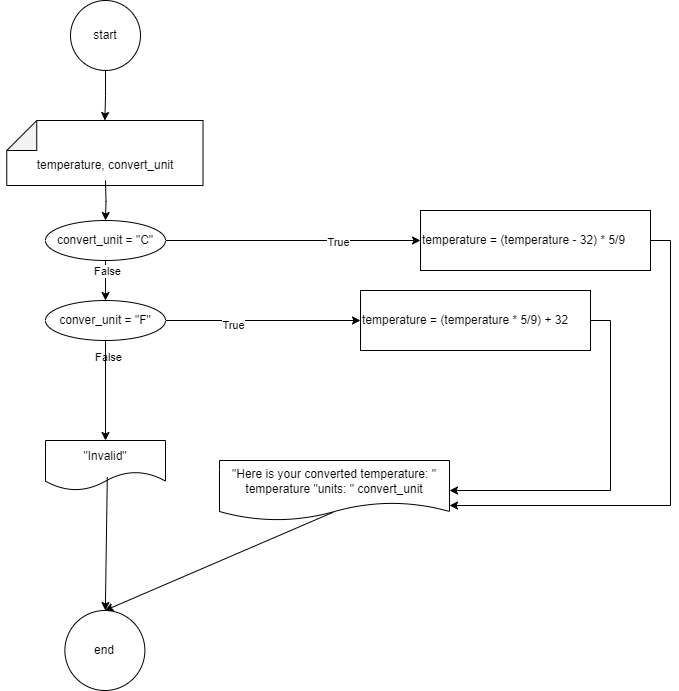
Before: Week 4 Lab/flowcharts/img_5.png, a diagram exported from draw.io (zaid42005/york-labs). Source tidied: cells renumbered, new cells last; positions are measured from the earlier drawing's top-left corner, leaving out a move shared by most shapes.
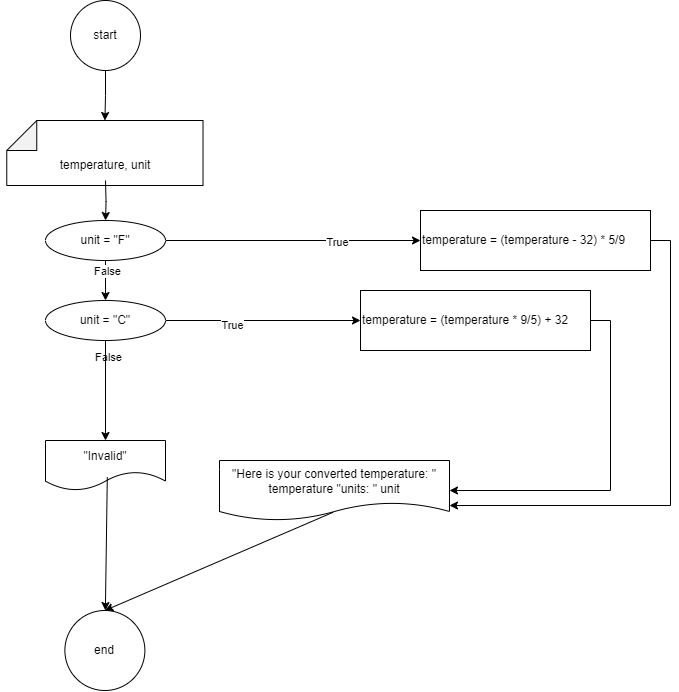
The same file after the commit.

The edit, as a diff of the source:
```diff
@@ -30,7 +30,7 @@
     <mxCell id="9" value="False" style="edgeLabel;html=1;align=center;verticalAlign=middle;" parent="8" vertex="1">
       <mxGeometry x="-0.49" y="1" relative="1" as="geometry" />
     </mxCell>
-    <mxCell id="10" value="convert_unit = &quot;C&quot;" style="ellipse;whiteSpace=wrap;html=1;" parent="1" vertex="1">
+    <mxCell id="10" value="unit = &quot;F&quot;" style="ellipse;whiteSpace=wrap;html=1;" parent="1" vertex="1">
       <mxGeometry x="45" y="220" width="120" height="40" as="geometry" />
     </mxCell>
     <mxCell id="11" style="edgeStyle=orthogonalEdgeStyle;rounded=0;jettySize=auto;html=1;exitX=1;exitY=0.5;exitDx=0;exitDy=0;entryX=0;entryY=0.5;entryDx=0;entryDy=0;" parent="1" edge="1" source="14" target="19">
@@ -42,10 +42,10 @@
     <mxCell id="13" value="False" style="edgeLabel;html=1;align=center;verticalAlign=middle;" parent="1" vertex="1">
       <mxGeometry x="107" y="356.2" as="geometry" />
     </mxCell>
-    <mxCell id="14" value="conver_unit = &quot;F&quot;" style="ellipse;whiteSpace=wrap;html=1;" parent="1" vertex="1">
+    <mxCell id="14" value="unit = &quot;C&quot;" style="ellipse;whiteSpace=wrap;html=1;" parent="1" vertex="1">
       <mxGeometry x="45" y="300" width="120" height="40" as="geometry" />
     </mxCell>
-    <mxCell id="15" value="temperature, convert_unit" style="text;html=1;align=center;verticalAlign=middle;whiteSpace=wrap;rounded=0;" parent="1" vertex="1">
+    <mxCell id="15" value="temperature, unit" style="text;html=1;align=center;verticalAlign=middle;whiteSpace=wrap;rounded=0;" parent="1" vertex="1">
       <mxGeometry y="150" width="210" height="30" as="geometry" />
     </mxCell>
     <mxCell id="16" style="edgeStyle=orthogonalEdgeStyle;rounded=0;jettySize=auto;html=1;exitX=1;exitY=0.5;exitDx=0;exitDy=0;entryX=1;entryY=0.75;entryDx=0;entryDy=0;" parent="1" edge="1" source="17" target="23">
@@ -57,7 +57,7 @@
     <mxCell id="18" style="edgeStyle=orthogonalEdgeStyle;rounded=0;jettySize=auto;html=1;exitX=1;exitY=0.5;exitDx=0;exitDy=0;entryX=1;entryY=0.5;entryDx=0;entryDy=0;" parent="1" edge="1" source="19" target="23">
       <mxGeometry relative="1" as="geometry" />
     </mxCell>
-    <mxCell id="19" value="temperature = (temperature * 5/9) + 32" style="rounded=0;whiteSpace=wrap;html=1;align=left;" parent="1" vertex="1">
+    <mxCell id="19" value="temperature = (temperature * 9/5) + 32" style="rounded=0;whiteSpace=wrap;html=1;align=left;" parent="1" vertex="1">
       <mxGeometry x="360" y="290" width="230" height="60" as="geometry" />
     </mxCell>
     <mxCell id="20" style="endArrow=classic;html=1;rounded=0;exitX=0.5;exitY=1;exitDx=0;exitDy=0;" parent="1" edge="1" source="14" target="21">
@@ -69,7 +69,7 @@
     <mxCell id="22" value="end" style="ellipse;whiteSpace=wrap;html=1;" parent="1" vertex="1">
       <mxGeometry x="64.4" y="610" width="80" height="80" as="geometry" />
     </mxCell>
-    <mxCell id="23" value="&quot;Here is your converted temperature: &quot; temperature &quot;units: &quot; convert_unit" style="shape=document;whiteSpace=wrap;html=1;boundedLbl=1;" parent="1" vertex="1">
+    <mxCell id="23" value="&quot;Here is your converted temperature: &quot; temperature &quot;units: &quot; unit" style="shape=document;whiteSpace=wrap;html=1;boundedLbl=1;" parent="1" vertex="1">
       <mxGeometry x="219" y="460" width="230" height="60" as="geometry" />
     </mxCell>
     <mxCell id="24" style="endArrow=classic;html=1;rounded=0;exitX=0.515;exitY=0.732;exitDx=0;exitDy=0;exitPerimeter=0;" parent="1" edge="1" source="21" target="22">
```
